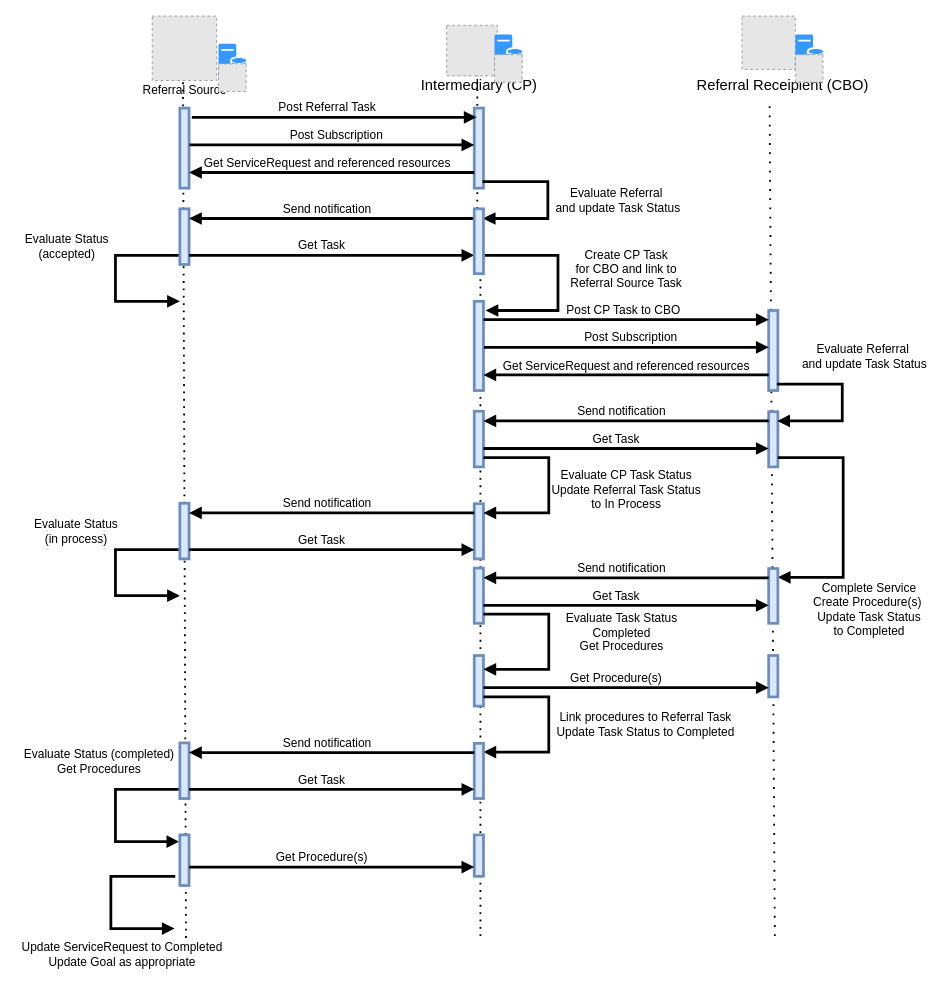
This is Images Source/DetailedIndirectReferral.drawio from HL7/fhir-sdoh-clinicalcare, a draw.io file, before an edit. Source tidied: cells renumbered, new cells numbered last; positions are measured from the earlier drawing's top-left corner, leaving out a move shared by most shapes. Both pictures are drawn from the tidied source at 92%, with x=0, y=0 at pixel (16, 16). Pictures stored in the file or linked from it are replaced by grey dashed boxes.
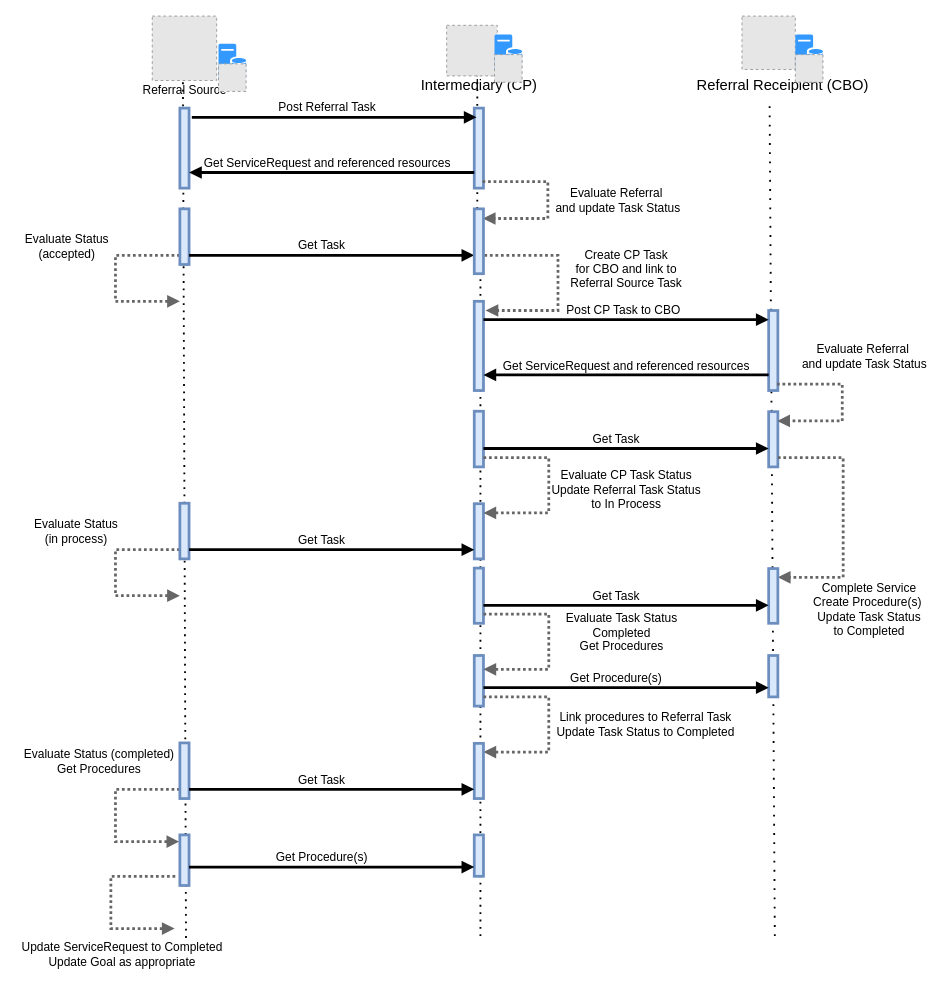
Above is the later version.

The change refers to these unchanged cells:
```xml
<mxCell id="17" style="html=1;points=[];perimeter=orthogonalPerimeter;fillColor=#dae8fc;strokeColor=#6c8ebf;strokeWidth=3;fontSize=13;" parent="1" vertex="1">
  <mxGeometry x="818" y="430" width="10" height="60" as="geometry" />
</mxCell>
<mxCell id="48" style="html=1;points=[];perimeter=orthogonalPerimeter;fillColor=#dae8fc;strokeColor=#6c8ebf;strokeWidth=3;fontSize=13;" parent="1" vertex="1">
  <mxGeometry x="178" y="890" width="10" height="55" as="geometry" />
</mxCell>
```

What changed in the source:
```diff
@@
-    <mxCell id="6" style="edgeStyle=orthogonalEdgeStyle;html=1;align=left;spacingLeft=2;endArrow=block;rounded=0;strokeWidth=3;fontSize=13;" parent="1" edge="1">
+    <mxCell id="6" style="edgeStyle=orthogonalEdgeStyle;html=1;align=left;spacingLeft=2;endArrow=block;rounded=0;strokeWidth=3;fontSize=13;strokeColor=#666666;dashed=1;dashPattern=1 1;" parent="1" edge="1">
       <mxGeometry x="0.05" y="-20" relative="1" as="geometry">
         <mxPoint x="178" y="260" as="sourcePoint" />
         <mxPoint x="178" y="310" as="targetPoint" />
         <Array as="points">
           <mxPoint x="108" y="260" />
           <mxPoint x="108" y="310" />
           <mxPoint x="173" y="310" />
         </Array>
       </mxGeometry>
     </mxCell>
@@
-    <mxCell id="12" value="&lt;span style=&quot;font-size: 13px;&quot;&gt;Post Subscription&lt;br style=&quot;font-size: 13px;&quot;&gt;&lt;/span&gt;" style="html=1;verticalAlign=bottom;endArrow=block;strokeWidth=3;fontSize=13;" parent="1" edge="1">
-      <mxGeometry x="0.03" relative="1" as="geometry">
-        <mxPoint x="188.5" y="140" as="sourcePoint" />
-        <mxPoint x="498" y="140" as="targetPoint" />
-        <Array as="points">
-          <mxPoint x="348" y="140" />
-        </Array>
-      </mxGeometry>
-    </mxCell>
-    <mxCell id="13" style="edgeStyle=orthogonalEdgeStyle;html=1;align=left;spacingLeft=2;endArrow=block;rounded=0;entryX=0.933;entryY=0.167;entryDx=0;entryDy=0;entryPerimeter=0;strokeWidth=3;fontSize=13;" parent="1" edge="1">
+    <mxCell id="13" style="edgeStyle=orthogonalEdgeStyle;html=1;align=left;spacingLeft=2;endArrow=block;rounded=0;entryX=0.933;entryY=0.167;entryDx=0;entryDy=0;entryPerimeter=0;strokeWidth=3;fontSize=13;strokeColor=#666666;dashed=1;dashPattern=1 1;" parent="1" edge="1">
       <mxGeometry x="-0.01" y="-60" relative="1" as="geometry">
         <mxPoint x="507" y="180" as="sourcePoint" />
         <mxPoint x="507.3" y="220" as="targetPoint" />
         <Array as="points">
           <mxPoint x="578" y="180" />
           <mxPoint x="578" y="220" />
         </Array>
       </mxGeometry>
     </mxCell>
@@
-    <mxCell id="15" value="&lt;font style=&quot;font-size: 13px;&quot;&gt;Send notification&lt;/font&gt;" style="html=1;verticalAlign=bottom;endArrow=block;strokeWidth=3;fontSize=13;" parent="1" edge="1">
-      <mxGeometry x="0.03" relative="1" as="geometry">
-        <mxPoint x="498" y="220" as="sourcePoint" />
-        <mxPoint x="188" y="220" as="targetPoint" />
-      </mxGeometry>
-    </mxCell>
@@
-    <mxCell id="22" value="&lt;span style=&quot;font-size: 13px;&quot;&gt;Post Subscription&lt;br style=&quot;font-size: 13px;&quot;&gt;&lt;/span&gt;" style="html=1;verticalAlign=bottom;endArrow=block;strokeWidth=3;fontSize=13;" parent="1" edge="1">
-      <mxGeometry x="0.03" relative="1" as="geometry">
-        <mxPoint x="508.5" y="360" as="sourcePoint" />
-        <mxPoint x="818" y="360" as="targetPoint" />
-        <Array as="points">
-          <mxPoint x="668" y="360" />
-        </Array>
-      </mxGeometry>
-    </mxCell>
-    <mxCell id="23" style="edgeStyle=orthogonalEdgeStyle;html=1;align=left;spacingLeft=2;endArrow=block;rounded=0;entryX=0.933;entryY=0.167;entryDx=0;entryDy=0;entryPerimeter=0;strokeWidth=3;fontSize=13;" parent="1" edge="1" target="17">
+    <mxCell id="23" style="edgeStyle=orthogonalEdgeStyle;html=1;align=left;spacingLeft=2;endArrow=block;rounded=0;entryX=0.933;entryY=0.167;entryDx=0;entryDy=0;entryPerimeter=0;strokeWidth=3;fontSize=13;strokeColor=#666666;dashed=1;dashPattern=1 1;" parent="1" edge="1" target="17">
       <mxGeometry x="-0.01" y="-60" relative="1" as="geometry">
         <mxPoint x="827" y="400" as="sourcePoint" />
         <Array as="points">
           <mxPoint x="898" y="400" />
           <mxPoint x="898" y="440" />
         </Array>
       </mxGeometry>
     </mxCell>
@@
-    <mxCell id="25" value="&lt;font style=&quot;font-size: 13px;&quot;&gt;Send notification&lt;/font&gt;" style="html=1;verticalAlign=bottom;endArrow=block;strokeWidth=3;fontSize=13;" parent="1" edge="1">
-      <mxGeometry x="0.03" relative="1" as="geometry">
-        <mxPoint x="818" y="440" as="sourcePoint" />
-        <mxPoint x="508" y="440" as="targetPoint" />
-      </mxGeometry>
-    </mxCell>
@@
-    <mxCell id="27" style="edgeStyle=orthogonalEdgeStyle;html=1;align=left;spacingLeft=2;endArrow=block;rounded=0;entryX=1.133;entryY=0.103;entryDx=0;entryDy=0;entryPerimeter=0;strokeWidth=3;fontSize=13;" parent="1" edge="1">
+    <mxCell id="27" style="edgeStyle=orthogonalEdgeStyle;html=1;align=left;spacingLeft=2;endArrow=block;rounded=0;entryX=1.133;entryY=0.103;entryDx=0;entryDy=0;entryPerimeter=0;strokeWidth=3;fontSize=13;strokeColor=#666666;dashed=1;dashPattern=1 1;" parent="1" edge="1">
       <mxGeometry x="-0.01" y="-60" relative="1" as="geometry">
         <mxPoint x="509" y="260" as="sourcePoint" />
         <mxPoint x="510.3" y="320" as="targetPoint" />
         <Array as="points">
           <mxPoint x="589" y="260" />
           <mxPoint x="589" y="320" />
         </Array>
       </mxGeometry>
     </mxCell>
@@
-    <mxCell id="29" style="edgeStyle=orthogonalEdgeStyle;html=1;align=left;spacingLeft=2;endArrow=block;rounded=0;strokeWidth=3;fontSize=13;" parent="1" edge="1">
+    <mxCell id="29" style="edgeStyle=orthogonalEdgeStyle;html=1;align=left;spacingLeft=2;endArrow=block;rounded=0;strokeWidth=3;fontSize=13;strokeColor=#666666;dashed=1;dashPattern=1 1;" parent="1" edge="1">
       <mxGeometry x="0.05" y="-20" relative="1" as="geometry">
         <mxPoint x="178" y="580" as="sourcePoint" />
         <mxPoint x="178" y="630" as="targetPoint" />
         <Array as="points">
           <mxPoint x="108" y="580" />
           <mxPoint x="108" y="630" />
           <mxPoint x="173" y="630" />
         </Array>
       </mxGeometry>
     </mxCell>
@@
-    <mxCell id="31" value="&lt;font style=&quot;font-size: 13px;&quot;&gt;Send notification&lt;/font&gt;" style="html=1;verticalAlign=bottom;endArrow=block;strokeWidth=3;fontSize=13;" parent="1" edge="1">
-      <mxGeometry x="0.03" relative="1" as="geometry">
-        <mxPoint x="498" y="540" as="sourcePoint" />
-        <mxPoint x="188" y="540" as="targetPoint" />
-      </mxGeometry>
-    </mxCell>
@@
-    <mxCell id="33" style="edgeStyle=orthogonalEdgeStyle;html=1;align=left;spacingLeft=2;endArrow=block;rounded=0;strokeWidth=3;fontSize=13;" parent="1" edge="1">
+    <mxCell id="33" style="edgeStyle=orthogonalEdgeStyle;html=1;align=left;spacingLeft=2;endArrow=block;rounded=0;strokeWidth=3;fontSize=13;strokeColor=#666666;dashed=1;dashPattern=1 1;" parent="1" edge="1">
       <mxGeometry x="0.9" y="-30" relative="1" as="geometry">
         <mxPoint x="508" y="480" as="sourcePoint" />
         <mxPoint x="508" y="540" as="targetPoint" />
         <Array as="points">
           <mxPoint x="579" y="480" />
           <mxPoint x="579" y="540" />
           <mxPoint x="508" y="540" />
         </Array>
       </mxGeometry>
     </mxCell>
-    <mxCell id="34" style="edgeStyle=orthogonalEdgeStyle;html=1;align=left;spacingLeft=2;endArrow=block;rounded=0;strokeWidth=3;fontSize=13;" parent="1" edge="1">
+    <mxCell id="34" style="edgeStyle=orthogonalEdgeStyle;html=1;align=left;spacingLeft=2;endArrow=block;rounded=0;strokeWidth=3;fontSize=13;strokeColor=#666666;dashed=1;dashPattern=1 1;" parent="1" edge="1">
       <mxGeometry x="-0.11" y="-41" relative="1" as="geometry">
         <mxPoint x="828" y="480" as="sourcePoint" />
         <mxPoint x="828" y="610" as="targetPoint" />
         <Array as="points">
           <mxPoint x="899" y="480" />
           <mxPoint x="899" y="610" />
           <mxPoint x="828" y="610" />
         </Array>
       </mxGeometry>
     </mxCell>
@@
-    <mxCell id="37" value="&lt;font style=&quot;font-size: 13px;&quot;&gt;Send notification&lt;/font&gt;" style="html=1;verticalAlign=bottom;endArrow=block;strokeWidth=3;fontSize=13;" parent="1" edge="1">
-      <mxGeometry x="0.03" relative="1" as="geometry">
-        <mxPoint x="818" y="610.5" as="sourcePoint" />
-        <mxPoint x="508" y="610.5" as="targetPoint" />
-      </mxGeometry>
-    </mxCell>
@@
-    <mxCell id="39" style="edgeStyle=orthogonalEdgeStyle;html=1;align=left;spacingLeft=2;endArrow=block;rounded=0;strokeWidth=3;fontSize=13;" parent="1" edge="1">
+    <mxCell id="39" style="edgeStyle=orthogonalEdgeStyle;html=1;align=left;spacingLeft=2;endArrow=block;rounded=0;strokeWidth=3;fontSize=13;strokeColor=#666666;dashed=1;dashPattern=1 1;" parent="1" edge="1">
       <mxGeometry x="0.9" y="-30" relative="1" as="geometry">
         <mxPoint x="508" y="650" as="sourcePoint" />
         <mxPoint x="508" y="710" as="targetPoint" />
         <Array as="points">
           <mxPoint x="579" y="650" />
           <mxPoint x="579" y="710" />
           <mxPoint x="508" y="710" />
         </Array>
       </mxGeometry>
     </mxCell>
@@
-    <mxCell id="42" style="edgeStyle=orthogonalEdgeStyle;html=1;align=left;spacingLeft=2;endArrow=block;rounded=0;strokeWidth=3;fontSize=13;" parent="1" edge="1">
+    <mxCell id="42" style="edgeStyle=orthogonalEdgeStyle;html=1;align=left;spacingLeft=2;endArrow=block;rounded=0;strokeWidth=3;fontSize=13;strokeColor=#666666;dashed=1;dashPattern=1 1;" parent="1" edge="1">
       <mxGeometry x="0.9" y="-30" relative="1" as="geometry">
         <mxPoint x="508" y="740" as="sourcePoint" />
         <mxPoint x="508" y="800" as="targetPoint" />
         <Array as="points">
           <mxPoint x="579" y="740" />
           <mxPoint x="579" y="800" />
           <mxPoint x="508" y="800" />
         </Array>
       </mxGeometry>
     </mxCell>
@@
-    <mxCell id="44" style="edgeStyle=orthogonalEdgeStyle;html=1;align=left;spacingLeft=2;endArrow=block;rounded=0;entryX=-0.067;entryY=0.133;entryDx=0;entryDy=0;entryPerimeter=0;strokeWidth=3;fontSize=13;" parent="1" edge="1" target="48">
+    <mxCell id="44" style="edgeStyle=orthogonalEdgeStyle;html=1;align=left;spacingLeft=2;endArrow=block;rounded=0;entryX=-0.067;entryY=0.133;entryDx=0;entryDy=0;entryPerimeter=0;strokeWidth=3;fontSize=13;strokeColor=#666666;dashed=1;dashPattern=1 1;" parent="1" edge="1" target="48">
       <mxGeometry x="0.01" y="-20" relative="1" as="geometry">
         <mxPoint x="178" y="840.5" as="sourcePoint" />
         <Array as="points">
           <mxPoint x="108" y="841" />
           <mxPoint x="108" y="897" />
         </Array>
         <mxPoint y="1" as="offset" />
       </mxGeometry>
     </mxCell>
@@
-    <mxCell id="46" value="&lt;font style=&quot;font-size: 13px;&quot;&gt;Send notification&lt;/font&gt;" style="html=1;verticalAlign=bottom;endArrow=block;strokeWidth=3;fontSize=13;" parent="1" edge="1">
-      <mxGeometry x="0.03" relative="1" as="geometry">
-        <mxPoint x="498" y="800.5" as="sourcePoint" />
-        <mxPoint x="188" y="800.5" as="targetPoint" />
-      </mxGeometry>
-    </mxCell>
@@
-    <mxCell id="51" style="edgeStyle=orthogonalEdgeStyle;html=1;align=left;spacingLeft=2;endArrow=block;rounded=0;entryX=-0.067;entryY=0.133;entryDx=0;entryDy=0;entryPerimeter=0;strokeWidth=3;fontSize=13;" parent="1" edge="1">
+    <mxCell id="51" style="edgeStyle=orthogonalEdgeStyle;html=1;align=left;spacingLeft=2;endArrow=block;rounded=0;entryX=-0.067;entryY=0.133;entryDx=0;entryDy=0;entryPerimeter=0;strokeWidth=3;fontSize=13;strokeColor=#666666;dashed=1;dashPattern=1 1;" parent="1" edge="1">
       <mxGeometry x="0.07" y="-25" relative="1" as="geometry">
         <mxPoint x="173" y="935" as="sourcePoint" />
         <mxPoint x="172.3" y="991.8" as="targetPoint" />
         <Array as="points">
           <mxPoint x="103" y="935.5" />
           <mxPoint x="103" y="991.5" />
         </Array>
       </mxGeometry>
     </mxCell>
```
